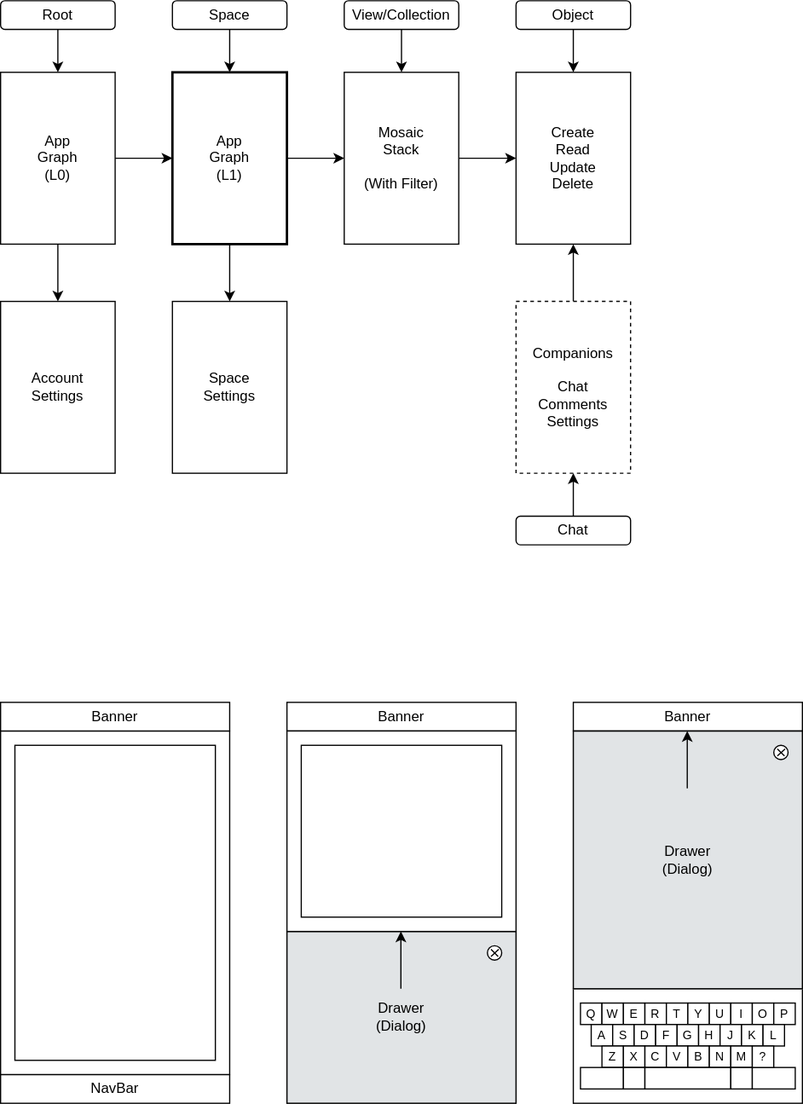
Above: packages/plugins/plugin-simple-layout/docs/layout.drawio.svg in dxos/dxos (draw.io), before the change. Source tidied: cells renumbered, new cells last; positions are measured from the earlier drawing's top-left corner, leaving out a move shared by most shapes.
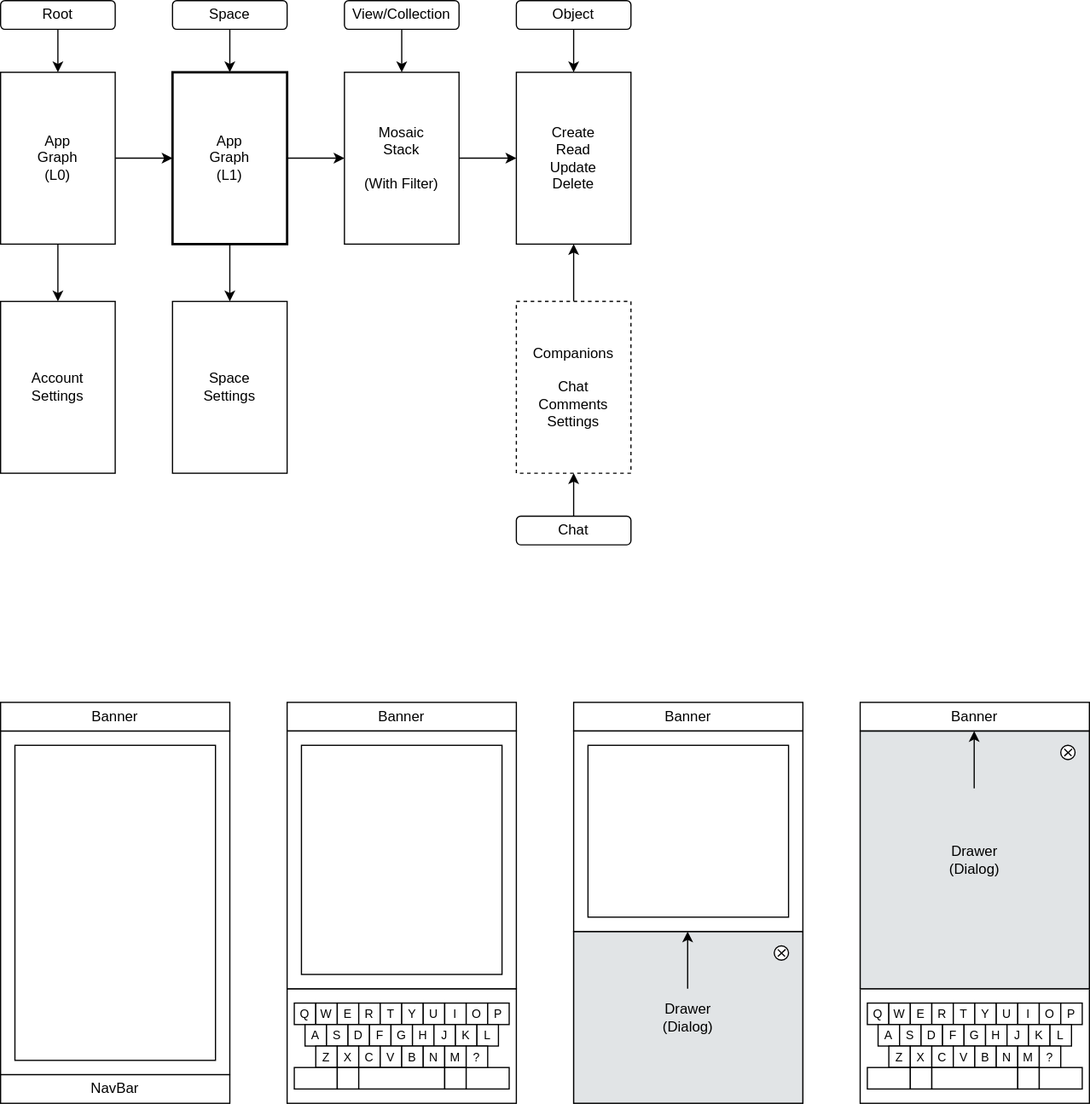
The same file after the commit.

Commit message:
docs: Update layout diagram and remove commented-out CSS from composer app.

Diff of the diagram source:
```diff
@@ -3,7 +3,7 @@
     <mxCell id="0" />
     <mxCell id="1" parent="0" />
     <mxCell id="2" style="group;" parent="1" vertex="1">
-      <mxGeometry x="486" y="840" width="186" height="84" as="geometry" />
+      <mxGeometry x="726" y="840" width="186" height="84" as="geometry" />
     </mxCell>
     <mxCell id="3" style="rounded=0;whiteSpace=wrap;html=1;" parent="2" vertex="1">
       <mxGeometry x="-6" y="-12" width="192" height="96" as="geometry" />
@@ -183,22 +183,22 @@
       <mxGeometry y="588" width="192" height="24" as="geometry" />
     </mxCell>
     <mxCell id="62" value="Banner" style="rounded=0;whiteSpace=wrap;html=1;" parent="1" vertex="1">
-      <mxGeometry x="240" y="588" width="192" height="24" as="geometry" />
+      <mxGeometry x="480" y="588" width="192" height="24" as="geometry" />
     </mxCell>
     <mxCell id="63" style="group;fillColor=#E1E4E6;fontColor=#000000;strokeColor=#C0C3C5;" parent="1" vertex="1">
-      <mxGeometry x="240" y="780" width="192" height="144" as="geometry" />
+      <mxGeometry x="480" y="780" width="192" height="144" as="geometry" />
     </mxCell>
     <mxCell id="64" value="Drawer&lt;br&gt;(Dialog)" style="rounded=0;whiteSpace=wrap;html=1;fillColor=#E1E4E6;fontColor=#000000;strokeColor=#C0C3C5;" parent="1" vertex="1">
-      <mxGeometry x="480" y="612" width="192" height="216" as="geometry" />
+      <mxGeometry x="720" y="612" width="192" height="216" as="geometry" />
     </mxCell>
     <mxCell id="65" style="endArrow=classic;html=1;" parent="1" edge="1">
       <mxGeometry relative="1" as="geometry">
-        <mxPoint x="575.5" y="660" as="sourcePoint" />
-        <mxPoint x="575.5" y="612" as="targetPoint" />
+        <mxPoint x="815.5" y="660" as="sourcePoint" />
+        <mxPoint x="815.5" y="612" as="targetPoint" />
       </mxGeometry>
     </mxCell>
     <mxCell id="66" style="group;" parent="1" vertex="1">
-      <mxGeometry x="648" y="624" width="12" height="12" as="geometry" />
+      <mxGeometry x="888" y="624" width="12" height="12" as="geometry" />
     </mxCell>
     <mxCell id="67" style="ellipse;whiteSpace=wrap;html=1;" parent="66" vertex="1">
       <mxGeometry width="12" height="12" as="geometry" />
@@ -216,16 +216,16 @@
       </mxGeometry>
     </mxCell>
     <mxCell id="70" value="Drawer&lt;br&gt;(Dialog)" style="rounded=0;whiteSpace=wrap;html=1;fillColor=#E1E4E6;fontColor=#000000;strokeColor=#C0C3C5;" parent="1" vertex="1">
-      <mxGeometry x="240" y="780" width="192" height="144" as="geometry" />
+      <mxGeometry x="480" y="780" width="192" height="144" as="geometry" />
     </mxCell>
     <mxCell id="71" style="endArrow=classic;html=1;" parent="1" edge="1">
       <mxGeometry relative="1" as="geometry">
-        <mxPoint x="335.5" y="828" as="sourcePoint" />
-        <mxPoint x="335.5" y="780" as="targetPoint" />
+        <mxPoint x="575.5" y="828" as="sourcePoint" />
+        <mxPoint x="575.5" y="780" as="targetPoint" />
       </mxGeometry>
     </mxCell>
     <mxCell id="72" style="group;" parent="1" vertex="1">
-      <mxGeometry x="408" y="792" width="12" height="12" as="geometry" />
+      <mxGeometry x="648" y="792" width="12" height="12" as="geometry" />
     </mxCell>
     <mxCell id="73" style="ellipse;whiteSpace=wrap;html=1;" parent="72" vertex="1">
       <mxGeometry width="12" height="12" as="geometry" />
@@ -243,22 +243,151 @@
       </mxGeometry>
     </mxCell>
     <mxCell id="76" value="Banner" style="rounded=0;whiteSpace=wrap;html=1;" parent="1" vertex="1">
-      <mxGeometry x="480" y="588" width="192" height="24" as="geometry" />
+      <mxGeometry x="720" y="588" width="192" height="24" as="geometry" />
     </mxCell>
     <mxCell id="77" style="rounded=0;whiteSpace=wrap;html=1;fillColor=none;" parent="1" vertex="1">
-      <mxGeometry x="240" y="780" width="192" height="144" as="geometry" />
+      <mxGeometry x="480" y="780" width="192" height="144" as="geometry" />
     </mxCell>
     <mxCell id="78" style="rounded=0;whiteSpace=wrap;html=1;fillColor=none;" parent="1" vertex="1">
-      <mxGeometry x="480" y="612" width="192" height="216" as="geometry" />
+      <mxGeometry x="720" y="612" width="192" height="216" as="geometry" />
     </mxCell>
     <mxCell id="79" style="rounded=0;whiteSpace=wrap;html=1;fillColor=default;" parent="1" vertex="1">
-      <mxGeometry x="240" y="612" width="192" height="168" as="geometry" />
+      <mxGeometry x="480" y="612" width="192" height="168" as="geometry" />
     </mxCell>
     <mxCell id="80" value="&lt;span style=&quot;color: rgba(0, 0, 0, 0); font-family: monospace; font-size: 0px; text-align: start;&quot;&gt;%3CmxGraphModel%3E%3Croot%3E%3CmxCell%20id%3D%220%22%2F%3E%3CmxCell%20id%3D%221%22%20parent%3D%220%22%2F%3E%3CmxCell%20id%3D%222%22%20value%3D%22%22%20style%3D%22rounded%3D0%3BwhiteSpace%3Dwrap%3Bhtml%3D1%3BfillColor%3Dnone%3B%22%20vertex%3D%221%22%20parent%3D%221%22%3E%3CmxGeometry%20x%3D%22336%22%20y%3D%22864%22%20width%3D%22192%22%20height%3D%22144%22%20as%3D%22geometry%22%2F%3E%3C%2FmxCell%3E%3C%2Froot%3E%3C%2FmxGraphModel%3E&lt;/span&gt;" style="rounded=0;whiteSpace=wrap;html=1;fillColor=default;" parent="1" vertex="1">
       <mxGeometry x="12" y="624" width="168" height="264" as="geometry" />
     </mxCell>
     <mxCell id="81" value="&lt;span style=&quot;color: rgba(0, 0, 0, 0); font-family: monospace; font-size: 0px; text-align: start;&quot;&gt;%3CmxGraphModel%3E%3Croot%3E%3CmxCell%20id%3D%220%22%2F%3E%3CmxCell%20id%3D%221%22%20parent%3D%220%22%2F%3E%3CmxCell%20id%3D%222%22%20value%3D%22%22%20style%3D%22rounded%3D0%3BwhiteSpace%3Dwrap%3Bhtml%3D1%3BfillColor%3Dnone%3B%22%20vertex%3D%221%22%20parent%3D%221%22%3E%3CmxGeometry%20x%3D%22336%22%20y%3D%22864%22%20width%3D%22192%22%20height%3D%22144%22%20as%3D%22geometry%22%2F%3E%3C%2FmxCell%3E%3C%2Froot%3E%3C%2FmxGraphModel%3E&lt;/span&gt;" style="rounded=0;whiteSpace=wrap;html=1;fillColor=default;" parent="1" vertex="1">
-      <mxGeometry x="252" y="624" width="168" height="144" as="geometry" />
+      <mxGeometry x="492" y="624" width="168" height="144" as="geometry" />
     </mxCell>
+    <mxCell id="82" style="group;" parent="1" vertex="1">
+      <mxGeometry x="246" y="840" width="186" height="84" as="geometry" />
+    </mxCell>
+    <mxCell id="83" style="rounded=0;whiteSpace=wrap;html=1;" parent="82" vertex="1">
+      <mxGeometry x="-6" y="-12" width="192" height="96" as="geometry" />
+    </mxCell>
+    <mxCell id="84" value="Q" style="rounded=0;whiteSpace=wrap;html=1;fontSize=10;" parent="82" vertex="1">
+      <mxGeometry width="18" height="18" as="geometry" />
+    </mxCell>
+    <mxCell id="85" value="W" style="rounded=0;whiteSpace=wrap;html=1;fontSize=10;" parent="82" vertex="1">
+      <mxGeometry x="18" width="18" height="18" as="geometry" />
+    </mxCell>
+    <mxCell id="86" value="E" style="rounded=0;whiteSpace=wrap;html=1;fontSize=10;" parent="82" vertex="1">
+      <mxGeometry x="36" width="18" height="18" as="geometry" />
+    </mxCell>
+    <mxCell id="87" value="R" style="rounded=0;whiteSpace=wrap;html=1;fontSize=10;" parent="82" vertex="1">
+      <mxGeometry x="54" width="18" height="18" as="geometry" />
+    </mxCell>
+    <mxCell id="88" value="T" style="rounded=0;whiteSpace=wrap;html=1;fontSize=10;" parent="82" vertex="1">
+      <mxGeometry x="72" width="18" height="18" as="geometry" />
+    </mxCell>
+    <mxCell id="89" value="Y" style="rounded=0;whiteSpace=wrap;html=1;fontSize=10;" parent="82" vertex="1">
+      <mxGeometry x="90" width="18" height="18" as="geometry" />
+    </mxCell>
+    <mxCell id="90" value="U" style="rounded=0;whiteSpace=wrap;html=1;fontSize=10;" parent="82" vertex="1">
+      <mxGeometry x="108" width="18" height="18" as="geometry" />
+    </mxCell>
+    <mxCell id="91" value="I" style="rounded=0;whiteSpace=wrap;html=1;fontSize=10;" parent="82" vertex="1">
+      <mxGeometry x="126" width="18" height="18" as="geometry" />
+    </mxCell>
+    <mxCell id="92" value="O" style="rounded=0;whiteSpace=wrap;html=1;fontSize=10;" parent="82" vertex="1">
+      <mxGeometry x="144" width="18" height="18" as="geometry" />
+    </mxCell>
+    <mxCell id="93" value="P" style="rounded=0;whiteSpace=wrap;html=1;fontSize=10;" parent="82" vertex="1">
+      <mxGeometry x="162" width="18" height="18" as="geometry" />
+    </mxCell>
+    <mxCell id="94" value="A" style="rounded=0;whiteSpace=wrap;html=1;fontSize=10;" parent="82" vertex="1">
+      <mxGeometry x="9" y="18" width="18" height="18" as="geometry" />
+    </mxCell>
+    <mxCell id="95" value="S" style="rounded=0;whiteSpace=wrap;html=1;fontSize=10;" parent="82" vertex="1">
+      <mxGeometry x="27" y="18" width="18" height="18" as="geometry" />
+    </mxCell>
+    <mxCell id="96" value="D" style="rounded=0;whiteSpace=wrap;html=1;fontSize=10;" parent="82" vertex="1">
+      <mxGeometry x="45" y="18" width="18" height="18" as="geometry" />
+    </mxCell>
+    <mxCell id="97" value="F" style="rounded=0;whiteSpace=wrap;html=1;fontSize=10;" parent="82" vertex="1">
+      <mxGeometry x="63" y="18" width="18" height="18" as="geometry" />
+    </mxCell>
+    <mxCell id="98" value="G" style="rounded=0;whiteSpace=wrap;html=1;fontSize=10;" parent="82" vertex="1">
+      <mxGeometry x="81" y="18" width="18" height="18" as="geometry" />
+    </mxCell>
+    <mxCell id="99" value="H" style="rounded=0;whiteSpace=wrap;html=1;fontSize=10;" parent="82" vertex="1">
+      <mxGeometry x="99" y="18" width="18" height="18" as="geometry" />
+    </mxCell>
+    <mxCell id="100" value="J" style="rounded=0;whiteSpace=wrap;html=1;fontSize=10;" parent="82" vertex="1">
+      <mxGeometry x="117" y="18" width="18" height="18" as="geometry" />
+    </mxCell>
+    <mxCell id="101" value="K" style="rounded=0;whiteSpace=wrap;html=1;fontSize=10;" parent="82" vertex="1">
+      <mxGeometry x="135" y="18" width="18" height="18" as="geometry" />
+    </mxCell>
+    <mxCell id="102" value="L" style="rounded=0;whiteSpace=wrap;html=1;fontSize=10;" parent="82" vertex="1">
+      <mxGeometry x="153" y="18" width="18" height="18" as="geometry" />
+    </mxCell>
+    <mxCell id="103" value="Z" style="rounded=0;whiteSpace=wrap;html=1;fontSize=10;" parent="82" vertex="1">
+      <mxGeometry x="18" y="36" width="18" height="18" as="geometry" />
+    </mxCell>
+    <mxCell id="104" value="X" style="rounded=0;whiteSpace=wrap;html=1;fontSize=10;" parent="82" vertex="1">
+      <mxGeometry x="36" y="36" width="18" height="18" as="geometry" />
+    </mxCell>
+    <mxCell id="105" value="C" style="rounded=0;whiteSpace=wrap;html=1;fontSize=10;" parent="82" vertex="1">
+      <mxGeometry x="54" y="36" width="18" height="18" as="geometry" />
+    </mxCell>
+    <mxCell id="106" value="V" style="rounded=0;whiteSpace=wrap;html=1;fontSize=10;" parent="82" vertex="1">
+      <mxGeometry x="72" y="36" width="18" height="18" as="geometry" />
+    </mxCell>
+    <mxCell id="107" value="B" style="rounded=0;whiteSpace=wrap;html=1;fontSize=10;" parent="82" vertex="1">
+      <mxGeometry x="90" y="36" width="18" height="18" as="geometry" />
+    </mxCell>
+    <mxCell id="108" value="N" style="rounded=0;whiteSpace=wrap;html=1;fontSize=10;" parent="82" vertex="1">
+      <mxGeometry x="108" y="36" width="18" height="18" as="geometry" />
+    </mxCell>
+    <mxCell id="109" value="M" style="rounded=0;whiteSpace=wrap;html=1;fontSize=10;" parent="82" vertex="1">
+      <mxGeometry x="126" y="36" width="18" height="18" as="geometry" />
+    </mxCell>
+    <mxCell id="110" style="rounded=0;whiteSpace=wrap;html=1;fontSize=10;" parent="82" vertex="1">
+      <mxGeometry y="54" width="36" height="18" as="geometry" />
+    </mxCell>
+    <mxCell id="111" style="rounded=0;whiteSpace=wrap;html=1;fontSize=10;" parent="82" vertex="1">
+      <mxGeometry x="36" y="54" width="18" height="18" as="geometry" />
+    </mxCell>
+    <mxCell id="112" style="rounded=0;whiteSpace=wrap;html=1;fontSize=10;" parent="82" vertex="1">
+      <mxGeometry x="54" y="54" width="72" height="18" as="geometry" />
+    </mxCell>
+    <mxCell id="113" style="rounded=0;whiteSpace=wrap;html=1;fontSize=10;" parent="82" vertex="1">
+      <mxGeometry x="126" y="54" width="18" height="18" as="geometry" />
+    </mxCell>
+    <mxCell id="114" style="rounded=0;whiteSpace=wrap;html=1;fontSize=10;" parent="82" vertex="1">
+      <mxGeometry x="144" y="54" width="36" height="18" as="geometry" />
+    </mxCell>
+    <mxCell id="115" value="?" style="rounded=0;whiteSpace=wrap;html=1;fontSize=10;" parent="82" vertex="1">
+      <mxGeometry x="144" y="36" width="18" height="18" as="geometry" />
+    </mxCell>
+    <mxCell id="116" style="group;" parent="1" vertex="1">
+      <mxGeometry x="408" y="624" width="12" height="12" as="geometry" />
+    </mxCell>
+    <mxCell id="117" style="ellipse;whiteSpace=wrap;html=1;" parent="116" vertex="1">
+      <mxGeometry width="12" height="12" as="geometry" />
+    </mxCell>
+    <mxCell id="118" style="endArrow=none;html=1;" parent="116" edge="1">
+      <mxGeometry relative="1" as="geometry">
+        <mxPoint x="3" y="3" as="sourcePoint" />
+        <mxPoint x="9" y="9" as="targetPoint" />
+      </mxGeometry>
+    </mxCell>
+    <mxCell id="119" style="endArrow=none;html=1;" parent="116" edge="1">
+      <mxGeometry relative="1" as="geometry">
+        <mxPoint x="3" y="9" as="sourcePoint" />
+        <mxPoint x="9.5" y="3" as="targetPoint" />
+      </mxGeometry>
+    </mxCell>
+    <mxCell id="120" value="Banner" style="rounded=0;whiteSpace=wrap;html=1;" parent="1" vertex="1">
+      <mxGeometry x="240" y="588" width="192" height="24" as="geometry" />
+    </mxCell>
+    <mxCell id="121" style="rounded=0;whiteSpace=wrap;html=1;fillColor=default;" parent="1" vertex="1">
+      <mxGeometry x="240" y="612" width="192" height="216" as="geometry" />
+    </mxCell>
+    <mxCell id="122" value="&lt;span style=&quot;color: rgba(0, 0, 0, 0); font-family: monospace; font-size: 0px; text-align: start;&quot;&gt;%3CmxGraphModel%3E%3Croot%3E%3CmxCell%20id%3D%220%22%2F%3E%3CmxCell%20id%3D%221%22%20parent%3D%220%22%2F%3E%3CmxCell%20id%3D%222%22%20value%3D%22%22%20style%3D%22rounded%3D0%3BwhiteSpace%3Dwrap%3Bhtml%3D1%3BfillColor%3Dnone%3B%22%20vertex%3D%221%22%20parent%3D%221%22%3E%3CmxGeometry%20x%3D%22336%22%20y%3D%22864%22%20width%3D%22192%22%20height%3D%22144%22%20as%3D%22geometry%22%2F%3E%3C%2FmxCell%3E%3C%2Froot%3E%3C%2FmxGraphModel%3E&lt;/span&gt;" style="rounded=0;whiteSpace=wrap;html=1;fillColor=default;" parent="1" vertex="1">
+      <mxGeometry x="252" y="624" width="168" height="192" as="geometry" />
+    </mxCell>
   </root>
 </mxGraphModel>
```
